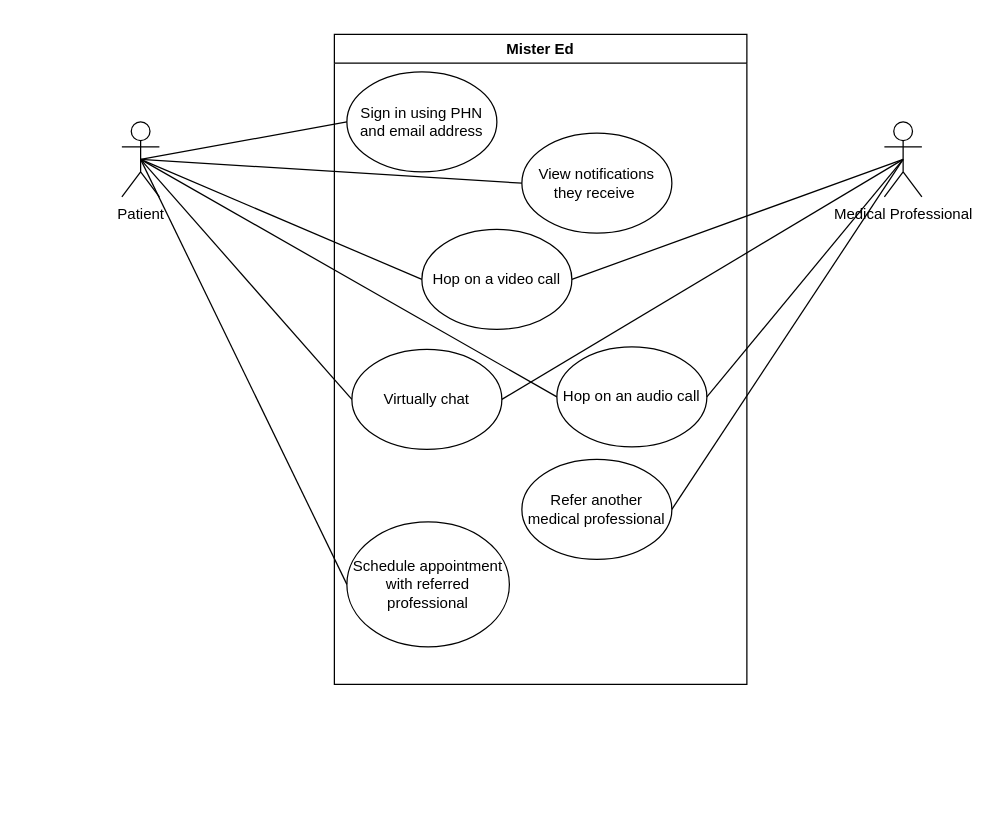
The draw.io diagram Use Case Diagram/Use Case Diagram.drawio in uvic-teach/project-m1-team10, before the edit. Source tidied: cells renumbered, new cells numbered last; positions are measured from the earlier drawing's top-left corner, leaving out a move shared by most shapes. Both pictures are drawn from the tidied source at 125%, with x=0, y=0 at pixel (121, 34).
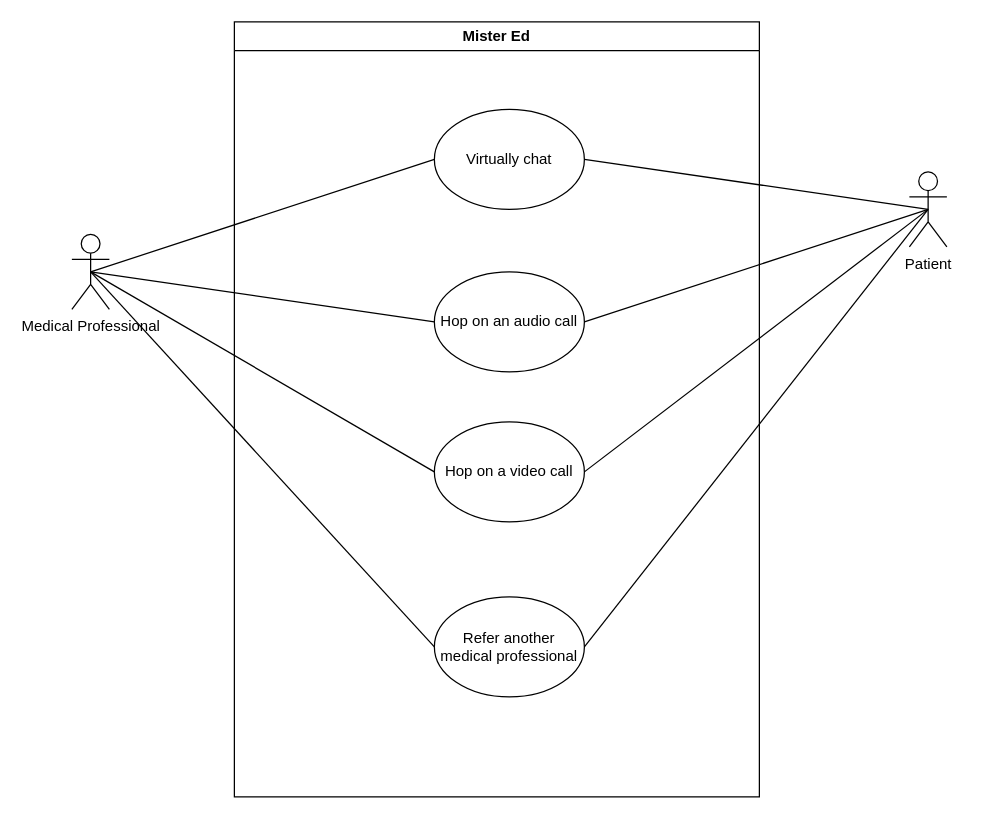
Above is the later version.

Change to the diagram source:
```diff
@@
-    <mxCell id="2" value="&lt;div&gt;Patient&lt;/div&gt;&lt;div&gt;&lt;br&gt;&lt;/div&gt;" style="shape=umlActor;verticalLabelPosition=bottom;verticalAlign=top;html=1;outlineConnect=0;" parent="1" vertex="1">
-      <mxGeometry y="70" width="30" height="60" as="geometry" />
+    <mxCell id="2" value="&lt;div&gt;Medical Professional&lt;/div&gt;" style="shape=umlActor;verticalLabelPosition=bottom;verticalAlign=top;html=1;outlineConnect=0;" parent="1" vertex="1">
+      <mxGeometry x="-40" y="160" width="30" height="60" as="geometry" />
     </mxCell>
     <mxCell id="3" value="Mister Ed" style="swimlane;whiteSpace=wrap;html=1;" parent="1" vertex="1">
-      <mxGeometry x="170" width="330" height="520" as="geometry" />
+      <mxGeometry x="90" y="-10" width="420" height="620" as="geometry" />
     </mxCell>
-    <mxCell id="4" value="Sign in using PHN and email address" style="ellipse;whiteSpace=wrap;html=1;" parent="3" vertex="1">
-      <mxGeometry x="10" y="30" width="120" height="80" as="geometry" />
-    </mxCell>
-    <mxCell id="5" value="View notifications they receive&amp;nbsp;" style="ellipse;whiteSpace=wrap;html=1;" parent="3" vertex="1">
-      <mxGeometry x="150" y="79" width="120" height="80" as="geometry" />
-    </mxCell>
     <mxCell id="6" value="Hop on a video call" style="ellipse;whiteSpace=wrap;html=1;" parent="3" vertex="1">
-      <mxGeometry x="70" y="156" width="120" height="80" as="geometry" />
+      <mxGeometry x="160" y="320" width="120" height="80" as="geometry" />
     </mxCell>
-    <mxCell id="7" value="Hop on an audio call" style="ellipse;whiteSpace=wrap;html=1;" parent="3" vertex="1">
-      <mxGeometry x="178" y="250" width="120" height="80" as="geometry" />
-    </mxCell>
     <mxCell id="8" value="Virtually chat" style="ellipse;whiteSpace=wrap;html=1;" parent="3" vertex="1">
-      <mxGeometry x="14" y="252" width="120" height="80" as="geometry" />
+      <mxGeometry x="160" y="70" width="120" height="80" as="geometry" />
     </mxCell>
     <mxCell id="9" value="Refer another medical professional" style="ellipse;whiteSpace=wrap;html=1;" parent="3" vertex="1">
-      <mxGeometry x="150" y="340" width="120" height="80" as="geometry" />
+      <mxGeometry x="160" y="460" width="120" height="80" as="geometry" />
     </mxCell>
-    <mxCell id="10" value="Schedule appointment with referred professional" style="ellipse;whiteSpace=wrap;html=1;" parent="3" vertex="1">
-      <mxGeometry x="10" y="390" width="130" height="100" as="geometry" />
-    </mxCell>
+    <mxCell id="7" value="Hop on an audio call" style="ellipse;whiteSpace=wrap;html=1;" parent="3" vertex="1">
+      <mxGeometry x="160" y="200" width="120" height="80" as="geometry" />
+    </mxCell>
-    <mxCell id="11" value="Medical Professional" style="shape=umlActor;verticalLabelPosition=bottom;verticalAlign=top;html=1;outlineConnect=0;" parent="1" vertex="1">
-      <mxGeometry x="610" y="70" width="30" height="60" as="geometry" />
+    <mxCell id="11" value="Patient" style="shape=umlActor;verticalLabelPosition=bottom;verticalAlign=top;html=1;outlineConnect=0;" parent="1" vertex="1">
+      <mxGeometry x="630" y="110" width="30" height="60" as="geometry" />
     </mxCell>
-    <mxCell id="12" style="endArrow=none;html=1;rounded=0;exitX=0.5;exitY=0.5;exitDx=0;exitDy=0;exitPerimeter=0;entryX=0;entryY=0.5;entryDx=0;entryDy=0;" parent="1" edge="1" source="2" target="4">
-      <mxGeometry relative="1" as="geometry" />
-    </mxCell>
@@
-    <mxCell id="15" style="endArrow=none;html=1;rounded=0;entryX=0;entryY=0.5;entryDx=0;entryDy=0;exitX=0.5;exitY=0.5;exitDx=0;exitDy=0;exitPerimeter=0;" parent="1" edge="1" source="2" target="10">
+    <mxCell id="15" style="endArrow=none;html=1;rounded=0;entryX=0;entryY=0.5;entryDx=0;entryDy=0;exitX=0.5;exitY=0.5;exitDx=0;exitDy=0;exitPerimeter=0;" parent="1" edge="1" source="2" target="9">
       <mxGeometry relative="1" as="geometry" />
     </mxCell>
-    <mxCell id="16" style="endArrow=none;html=1;rounded=0;exitX=0.5;exitY=0.5;exitDx=0;exitDy=0;exitPerimeter=0;entryX=0;entryY=0.5;entryDx=0;entryDy=0;" parent="1" edge="1" source="2" target="5">
-      <mxGeometry relative="1" as="geometry" />
-    </mxCell>
@@
-    <mxCell id="18" style="endArrow=none;html=1;rounded=0;exitX=1;exitY=0.5;exitDx=0;exitDy=0;entryX=0.5;entryY=0.5;entryDx=0;entryDy=0;entryPerimeter=0;" parent="1" edge="1" source="6" target="11">
+    <mxCell id="18" style="endArrow=none;html=1;rounded=0;exitX=1;exitY=0.5;exitDx=0;exitDy=0;entryX=0.5;entryY=0.5;entryDx=0;entryDy=0;entryPerimeter=0;" parent="1" edge="1" source="7" target="11">
       <mxGeometry relative="1" as="geometry" />
     </mxCell>
@@
-    <mxCell id="20" style="endArrow=none;html=1;rounded=0;exitX=1;exitY=0.5;exitDx=0;exitDy=0;entryX=0.5;entryY=0.5;entryDx=0;entryDy=0;entryPerimeter=0;" parent="1" edge="1" source="7" target="11">
-      <mxGeometry relative="1" as="geometry" />
-    </mxCell>
@@
+    <mxCell id="22" style="endArrow=none;html=1;rounded=0;exitX=1;exitY=0.5;exitDx=0;exitDy=0;entryX=0.5;entryY=0.5;entryDx=0;entryDy=0;entryPerimeter=0;" parent="1" edge="1" source="6" target="11">
+      <mxGeometry relative="1" as="geometry" />
+    </mxCell>
```
